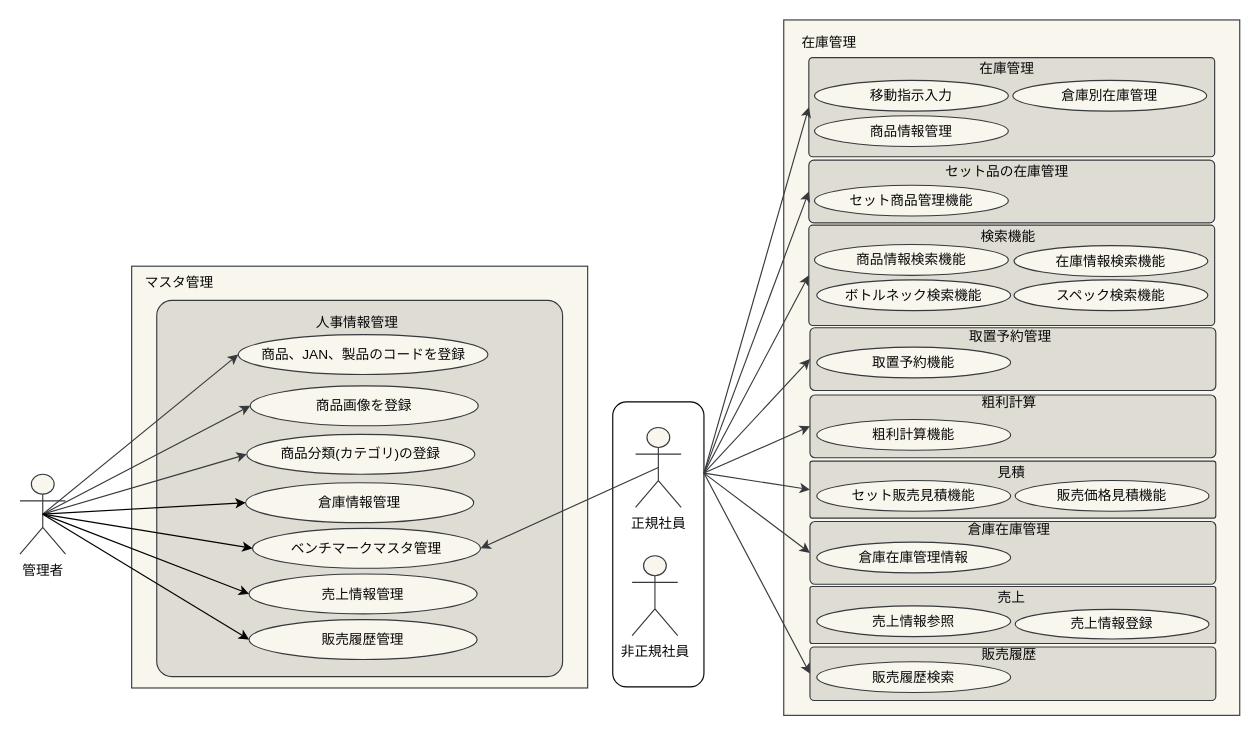
This is page "在庫管理_ユースケース図" (2 of 2) of 各種設計書/2ユースケース図_済/ユースケース図.drawio from HaruShim/Sotuken, a draw.io file, before an edit. Source tidied: cells renumbered, new cells numbered last; positions are measured from the earlier drawing's top-left corner, leaving out a move shared by most shapes. Both pictures are drawn from the tidied source at 114%, with x=0, y=0 at pixel (19, 19).
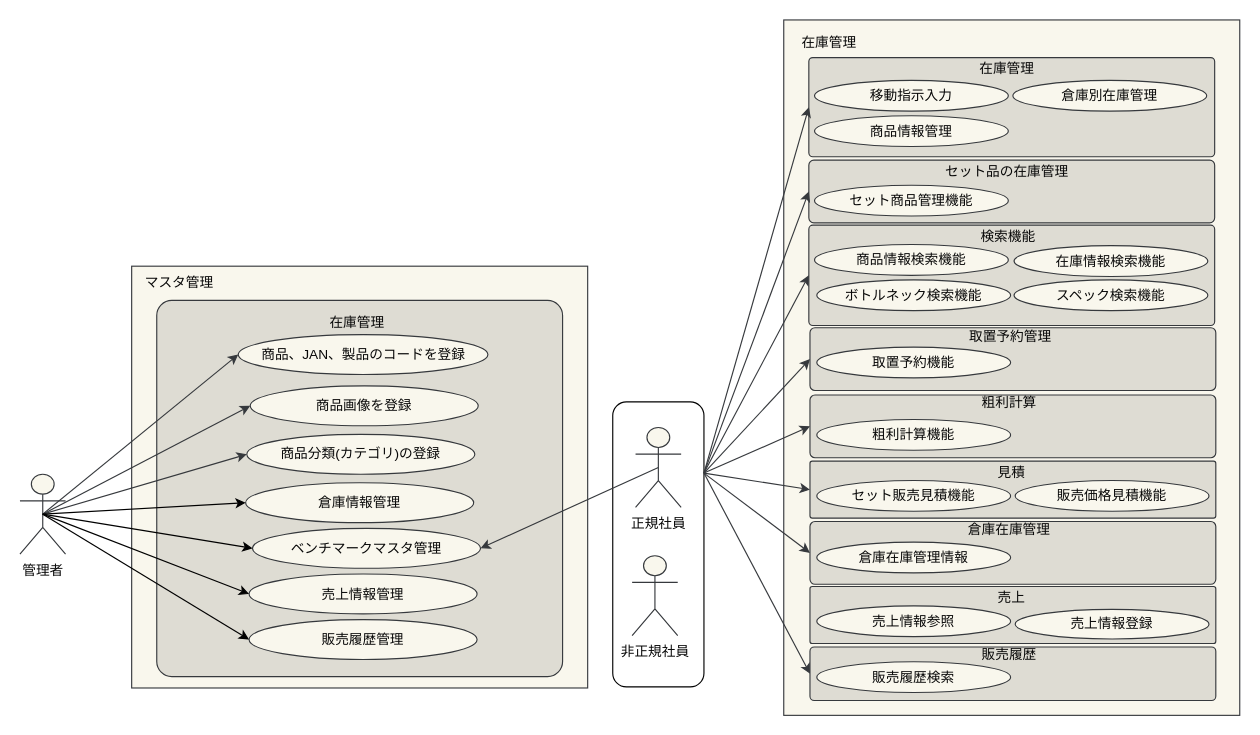
The same diagram, later.

Diff of the diagram source:
```diff
@@
-    <mxCell id="30" value="人事情報管理" style="text;html=1;strokeColor=none;fillColor=none;align=center;verticalAlign=middle;whiteSpace=wrap;rounded=0;fontColor=#080808;" parent="13" vertex="1">
+    <mxCell id="30" value="在庫管理" style="text;html=1;strokeColor=none;fillColor=none;align=center;verticalAlign=middle;whiteSpace=wrap;rounded=0;fontColor=#080808;" parent="13" vertex="1">
       <mxGeometry x="122" y="256" width="348" height="20" as="geometry" />
     </mxCell>
```
